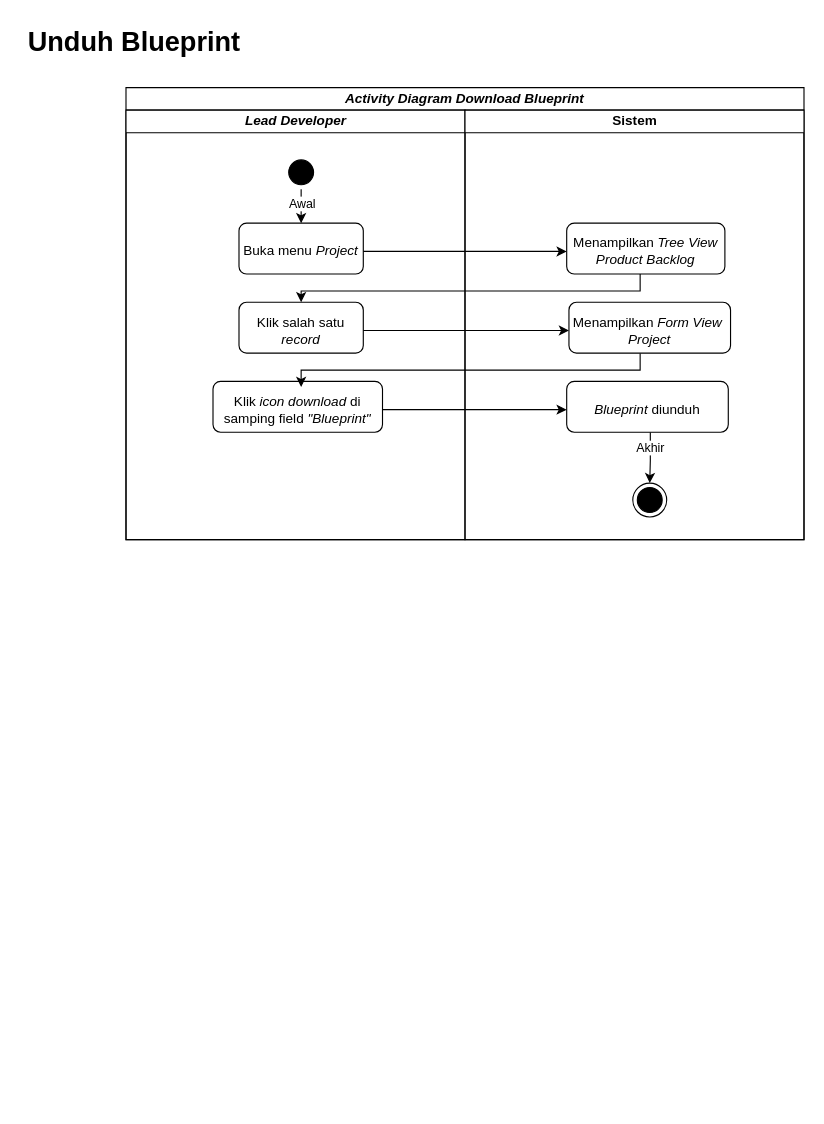
Above: page "Halaman-7" (7 of 9) of Diagram Tanpa Judul.drawio in raldawiyahh/alda-resolusi (draw.io), before the change. Source tidied: cells renumbered, new cells numbered last; positions are measured from the earlier drawing's top-left corner, leaving out a move shared by most shapes. Both pictures are drawn from the tidied source at 113%, with x=0, y=0 at pixel (19, 19).
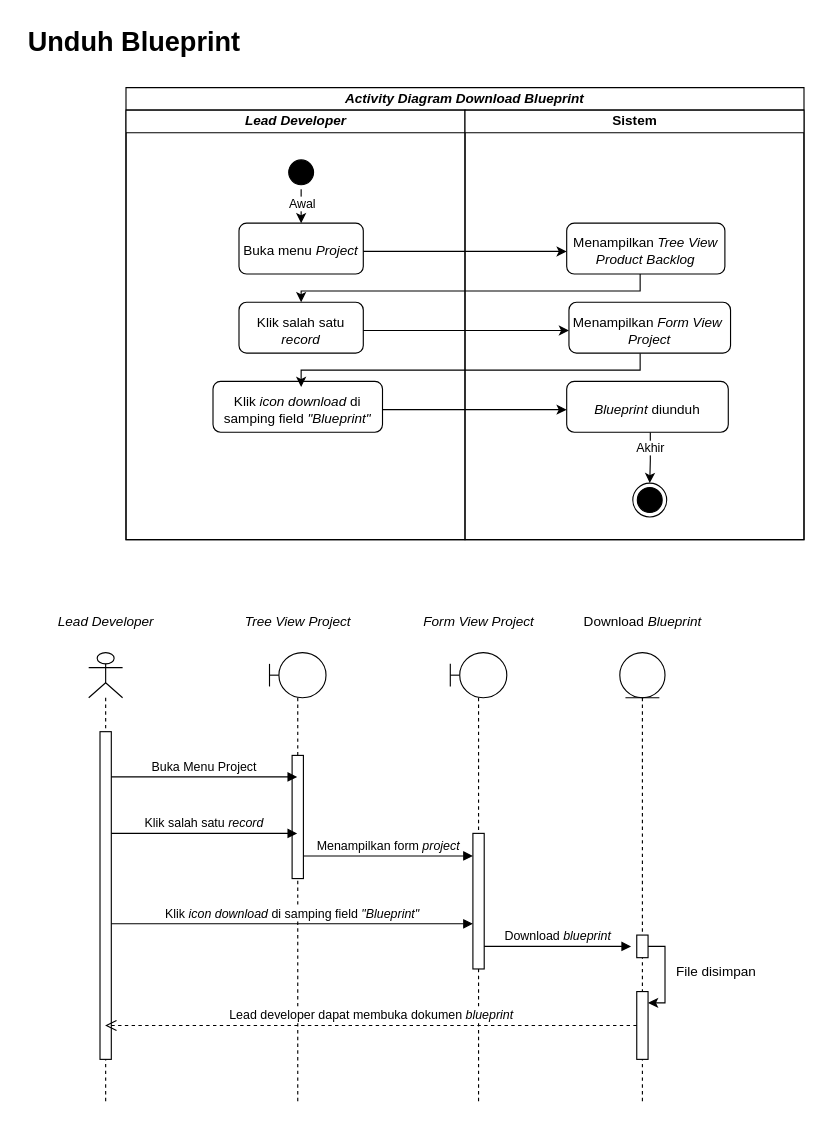
The same diagram, later.

What changed in the source:
```diff
@@
+    <mxCell id="35" style="shape=umlLifeline;perimeter=lifelinePerimeter;whiteSpace=wrap;html=1;outlineConnect=0;portConstraint=eastwest;newEdgeStyle={&quot;edgeStyle&quot;:&quot;elbowEdgeStyle&quot;,&quot;elbow&quot;:&quot;vertical&quot;,&quot;curved&quot;:0,&quot;rounded&quot;:0};participant=umlActor;" parent="1" vertex="1">
+      <mxGeometry x="61" y="560" width="30" height="400" as="geometry" />
+    </mxCell>
+    <mxCell id="36" style="html=1;perimeter=orthogonalPerimeter;targetShapes=umlLifeline;newEdgeStyle={&quot;edgeStyle&quot;:&quot;elbowEdgeStyle&quot;,&quot;elbow&quot;:&quot;vertical&quot;,&quot;curved&quot;:0,&quot;rounded&quot;:0};" parent="35" vertex="1">
+      <mxGeometry x="10" y="70" width="10" height="290" as="geometry" />
+    </mxCell>
+    <mxCell id="37" value="&lt;i&gt;Lead Developer&lt;/i&gt;" style="text;html=1;align=center;verticalAlign=middle;strokeColor=none;fillColor=none;" parent="1" vertex="1">
+      <mxGeometry x="21" y="518" width="110" height="30" as="geometry" />
+    </mxCell>
+    <mxCell id="38" style="shape=umlLifeline;perimeter=lifelinePerimeter;whiteSpace=wrap;html=1;outlineConnect=0;portConstraint=eastwest;newEdgeStyle={&quot;edgeStyle&quot;:&quot;elbowEdgeStyle&quot;,&quot;elbow&quot;:&quot;vertical&quot;,&quot;curved&quot;:0,&quot;rounded&quot;:0};participant=umlBoundary;" parent="1" vertex="1">
+      <mxGeometry x="221" y="560" width="50" height="400" as="geometry" />
+    </mxCell>
+    <mxCell id="39" style="html=1;perimeter=orthogonalPerimeter;targetShapes=umlLifeline;newEdgeStyle={&quot;edgeStyle&quot;:&quot;elbowEdgeStyle&quot;,&quot;elbow&quot;:&quot;vertical&quot;,&quot;curved&quot;:0,&quot;rounded&quot;:0};" parent="38" vertex="1">
+      <mxGeometry x="20" y="91" width="10" height="109" as="geometry" />
+    </mxCell>
+    <mxCell id="40" value="&lt;i&gt;Tree View&lt;/i&gt; &lt;i&gt;Project&lt;/i&gt;" style="text;html=1;align=center;verticalAlign=middle;strokeColor=none;fillColor=none;" parent="1" vertex="1">
+      <mxGeometry x="186" y="518" width="120" height="30" as="geometry" />
+    </mxCell>
+    <mxCell id="41" value="Buka Menu Project" style="html=1;verticalAlign=bottom;endArrow=block;edgeStyle=elbowEdgeStyle;elbow=vertical;curved=0;rounded=0;" parent="1" edge="1" target="38">
+      <mxGeometry relative="1" as="geometry">
+        <mxPoint x="81" y="670" as="sourcePoint" />
+      </mxGeometry>
+    </mxCell>
+    <mxCell id="42" style="shape=umlLifeline;perimeter=lifelinePerimeter;whiteSpace=wrap;html=1;newEdgeStyle={&quot;edgeStyle&quot;:&quot;elbowEdgeStyle&quot;,&quot;elbow&quot;:&quot;vertical&quot;,&quot;curved&quot;:0,&quot;rounded&quot;:0};participant=umlBoundary;" parent="1" vertex="1">
+      <mxGeometry x="381" y="560" width="50" height="400" as="geometry" />
+    </mxCell>
+    <mxCell id="43" style="html=1;points=[];perimeter=orthogonalPerimeter;outlineConnect=0;targetShapes=umlLifeline;portConstraint=eastwest;newEdgeStyle={&quot;edgeStyle&quot;:&quot;elbowEdgeStyle&quot;,&quot;elbow&quot;:&quot;vertical&quot;,&quot;curved&quot;:0,&quot;rounded&quot;:0};" parent="42" vertex="1">
+      <mxGeometry x="20" y="160" width="10" height="120" as="geometry" />
+    </mxCell>
+    <mxCell id="44" value="&lt;i&gt;Form View&lt;/i&gt; &lt;i&gt;Project&lt;/i&gt;" style="text;html=1;align=center;verticalAlign=middle;strokeColor=none;fillColor=none;" parent="1" vertex="1">
+      <mxGeometry x="346" y="518" width="120" height="30" as="geometry" />
+    </mxCell>
+    <mxCell id="45" value="Klik salah satu &lt;i&gt;record&lt;/i&gt;" style="html=1;verticalAlign=bottom;endArrow=block;edgeStyle=elbowEdgeStyle;elbow=vertical;curved=0;rounded=0;" parent="1" edge="1" target="38">
+      <mxGeometry relative="1" as="geometry">
+        <mxPoint x="81" y="720" as="sourcePoint" />
+      </mxGeometry>
+    </mxCell>
+    <mxCell id="46" value="Menampilkan form &lt;i&gt;project&lt;/i&gt;" style="html=1;verticalAlign=bottom;endArrow=block;edgeStyle=elbowEdgeStyle;elbow=vertical;curved=0;rounded=0;" parent="1" edge="1" target="43">
+      <mxGeometry relative="1" as="geometry">
+        <mxPoint x="251" y="740" as="sourcePoint" />
+      </mxGeometry>
+    </mxCell>
+    <mxCell id="47" value="Klik &lt;i&gt;icon download &lt;/i&gt;di samping field &lt;i&gt;&quot;Blueprint&quot;&lt;/i&gt;" style="html=1;verticalAlign=bottom;endArrow=block;edgeStyle=elbowEdgeStyle;elbow=vertical;curved=0;rounded=0;" parent="1" edge="1">
+      <mxGeometry relative="1" as="geometry">
+        <mxPoint x="81" y="800" as="sourcePoint" />
+        <mxPoint x="401" y="800" as="targetPoint" />
+      </mxGeometry>
+    </mxCell>
+    <mxCell id="48" style="shape=umlLifeline;perimeter=lifelinePerimeter;whiteSpace=wrap;html=1;newEdgeStyle={&quot;edgeStyle&quot;:&quot;elbowEdgeStyle&quot;,&quot;elbow&quot;:&quot;vertical&quot;,&quot;curved&quot;:0,&quot;rounded&quot;:0};participant=umlEntity;" parent="1" vertex="1">
+      <mxGeometry x="531" y="560" width="40" height="400" as="geometry" />
+    </mxCell>
+    <mxCell id="49" style="edgeStyle=elbowEdgeStyle;rounded=0;jettySize=auto;html=1;elbow=vertical;curved=0;" parent="48" edge="1" source="50" target="51">
+      <mxGeometry relative="1" as="geometry">
+        <Array as="points">
+          <mxPoint x="40" y="310" />
+          <mxPoint x="60" y="280" />
+        </Array>
+      </mxGeometry>
+    </mxCell>
+    <mxCell id="50" style="html=1;points=[];perimeter=orthogonalPerimeter;outlineConnect=0;targetShapes=umlLifeline;portConstraint=eastwest;newEdgeStyle={&quot;edgeStyle&quot;:&quot;elbowEdgeStyle&quot;,&quot;elbow&quot;:&quot;vertical&quot;,&quot;curved&quot;:0,&quot;rounded&quot;:0};" parent="48" vertex="1">
+      <mxGeometry x="15" y="250" width="10" height="20" as="geometry" />
+    </mxCell>
+    <mxCell id="51" style="html=1;points=[];perimeter=orthogonalPerimeter;outlineConnect=0;targetShapes=umlLifeline;portConstraint=eastwest;newEdgeStyle={&quot;edgeStyle&quot;:&quot;elbowEdgeStyle&quot;,&quot;elbow&quot;:&quot;vertical&quot;,&quot;curved&quot;:0,&quot;rounded&quot;:0};" parent="48" vertex="1">
+      <mxGeometry x="15" y="300" width="10" height="60" as="geometry" />
+    </mxCell>
+    <mxCell id="52" value="Download &lt;i&gt;Blueprint&lt;/i&gt;" style="text;html=1;align=center;verticalAlign=middle;strokeColor=none;fillColor=none;" parent="1" vertex="1">
+      <mxGeometry x="486" y="518" width="130" height="30" as="geometry" />
+    </mxCell>
+    <mxCell id="53" value="Download &lt;i&gt;blueprint&lt;/i&gt;" style="html=1;verticalAlign=bottom;endArrow=block;edgeStyle=elbowEdgeStyle;elbow=horizontal;curved=0;rounded=0;" parent="1" edge="1">
+      <mxGeometry relative="1" as="geometry">
+        <mxPoint x="411" y="820" as="sourcePoint" />
+        <mxPoint x="541" y="820" as="targetPoint" />
+      </mxGeometry>
+    </mxCell>
+    <mxCell id="54" value="File disimpan " style="text;html=1;align=center;verticalAlign=middle;strokeColor=none;fillColor=none;" parent="1" vertex="1">
+      <mxGeometry x="571" y="828" width="90" height="30" as="geometry" />
+    </mxCell>
+    <mxCell id="55" value="Lead developer dapat membuka dokumen &lt;i&gt;blueprint&lt;/i&gt;" style="html=1;verticalAlign=bottom;endArrow=open;dashed=1;endSize=8;edgeStyle=elbowEdgeStyle;elbow=vertical;curved=0;rounded=0;" parent="1" edge="1" target="35">
+      <mxGeometry relative="1" as="geometry">
+        <mxPoint x="546" y="890" as="sourcePoint" />
+      </mxGeometry>
+    </mxCell>
```
